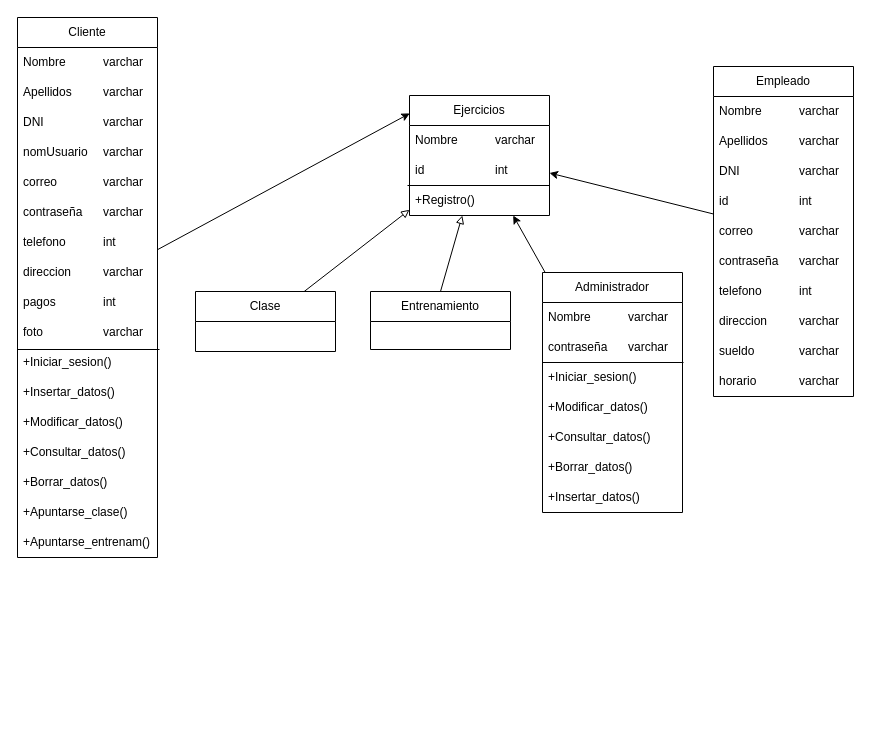
Earlier version of the draw.io diagram Diagramas y modelos/Diagrama de clases.drawio (CatanduYago/MazaoGym). Source tidied: cells renumbered, new cells numbered last; positions are measured from the earlier drawing's top-left corner, leaving out a move shared by most shapes. Both pictures are drawn from the tidied source at 100%, with x=0, y=0 at pixel (17, 17).
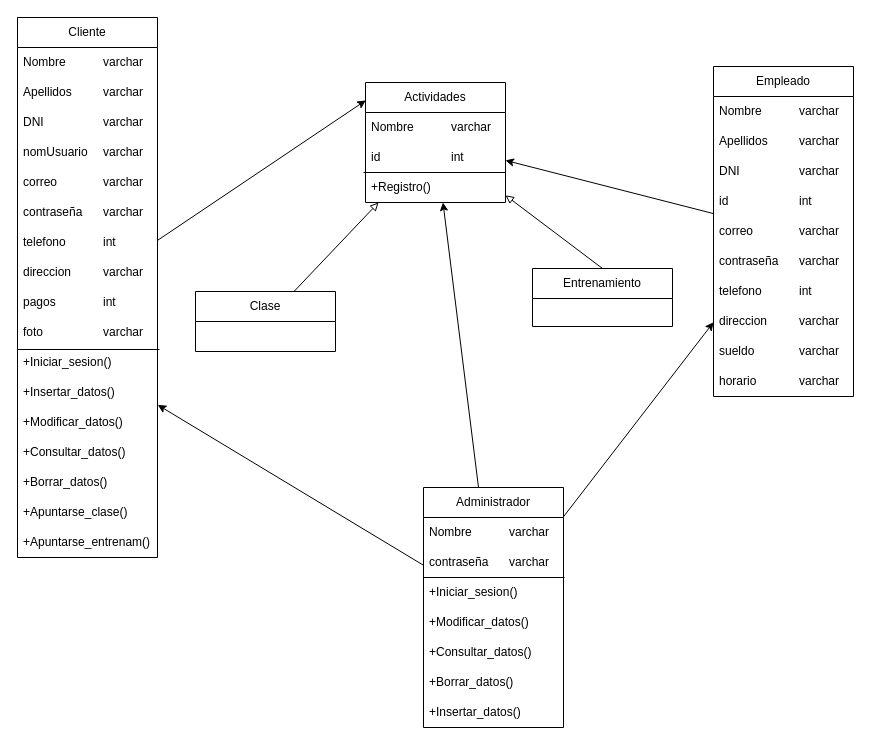
The same page after the edit.

The change refers to these unchanged cells:
```xml
<mxCell id="17" value="+Modificar_datos()" style="text;strokeColor=none;fillColor=none;align=left;verticalAlign=middle;spacingLeft=4;spacingRight=4;overflow=hidden;points=[[0,0.5],[1,0.5]];portConstraint=eastwest;whiteSpace=wrap;html=1;" parent="3" vertex="1">
  <mxGeometry y="390" width="140" height="30" as="geometry" />
</mxCell>
<mxCell id="22" value="Empleado" style="swimlane;fontStyle=0;horizontal=1;startSize=30;whiteSpace=wrap;html=1;" parent="1" vertex="1">
  <mxGeometry x="696" y="49" width="140" height="330" as="geometry" />
</mxCell>
```

What changed in the source:
```diff
@@
     <mxCell id="34" value="Entrenamiento" style="swimlane;fontStyle=0;horizontal=1;startSize=30;whiteSpace=wrap;html=1;" parent="1" vertex="1">
-      <mxGeometry x="353" y="274" width="140" height="58" as="geometry" />
+      <mxGeometry x="515" y="251" width="140" height="58" as="geometry" />
     </mxCell>
@@
+    <mxCell id="53" style="edgeStyle=none;html=1;entryX=1.002;entryY=-0.085;entryDx=0;entryDy=0;entryPerimeter=0;" parent="1" edge="1" source="36" target="17">
+      <mxGeometry relative="1" as="geometry" />
+    </mxCell>
+    <mxCell id="54" style="edgeStyle=none;html=1;" parent="1" edge="1" source="36" target="22">
+      <mxGeometry relative="1" as="geometry" />
+    </mxCell>
     <mxCell id="36" value="Administrador" style="swimlane;fontStyle=0;horizontal=1;startSize=30;whiteSpace=wrap;html=1;" parent="1" vertex="1">
-      <mxGeometry x="525" y="255" width="140" height="240" as="geometry" />
+      <mxGeometry x="406" y="470" width="140" height="240" as="geometry" />
     </mxCell>
@@
-    <mxCell id="45" value="Ejercicios" style="swimlane;fontStyle=0;horizontal=1;startSize=30;whiteSpace=wrap;html=1;" parent="1" vertex="1">
-      <mxGeometry x="392" y="78" width="140" height="120" as="geometry" />
+    <mxCell id="45" value="Actividades" style="swimlane;fontStyle=0;horizontal=1;startSize=30;whiteSpace=wrap;html=1;" parent="1" vertex="1">
+      <mxGeometry x="348" y="65" width="140" height="120" as="geometry" />
     </mxCell>
```
